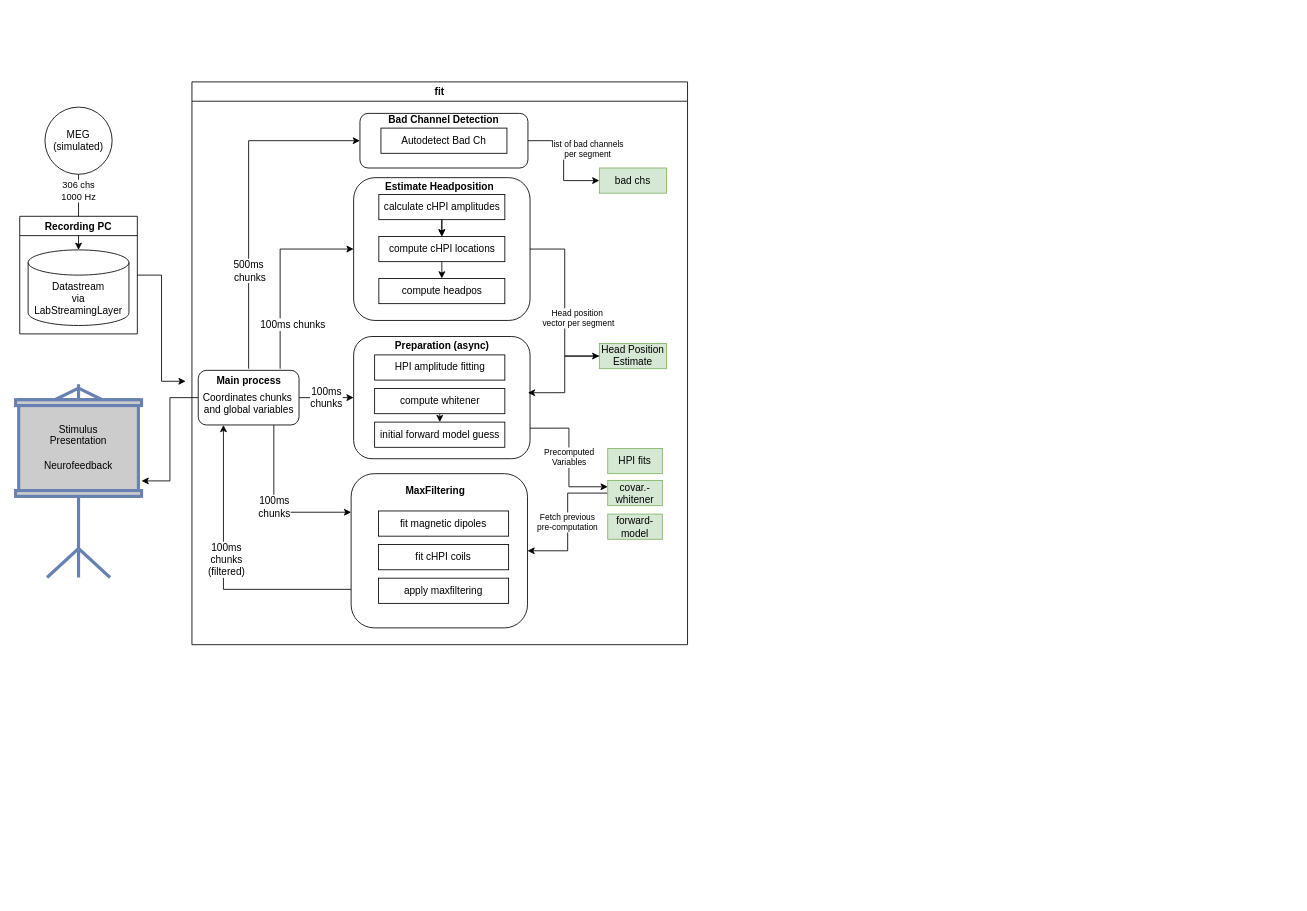
CIMH-Clinical-Psychology/MEG_NFB keeps this draw.io diagram as MNE_NFB_UML.drawio. Above is the earlier version. Source tidied: cells renumbered, new cells numbered last; positions are measured from the earlier drawing's top-left corner, leaving out a move shared by most shapes. Both pictures are drawn from the tidied source at 84%, with x=0, y=0 at pixel (15, 81).
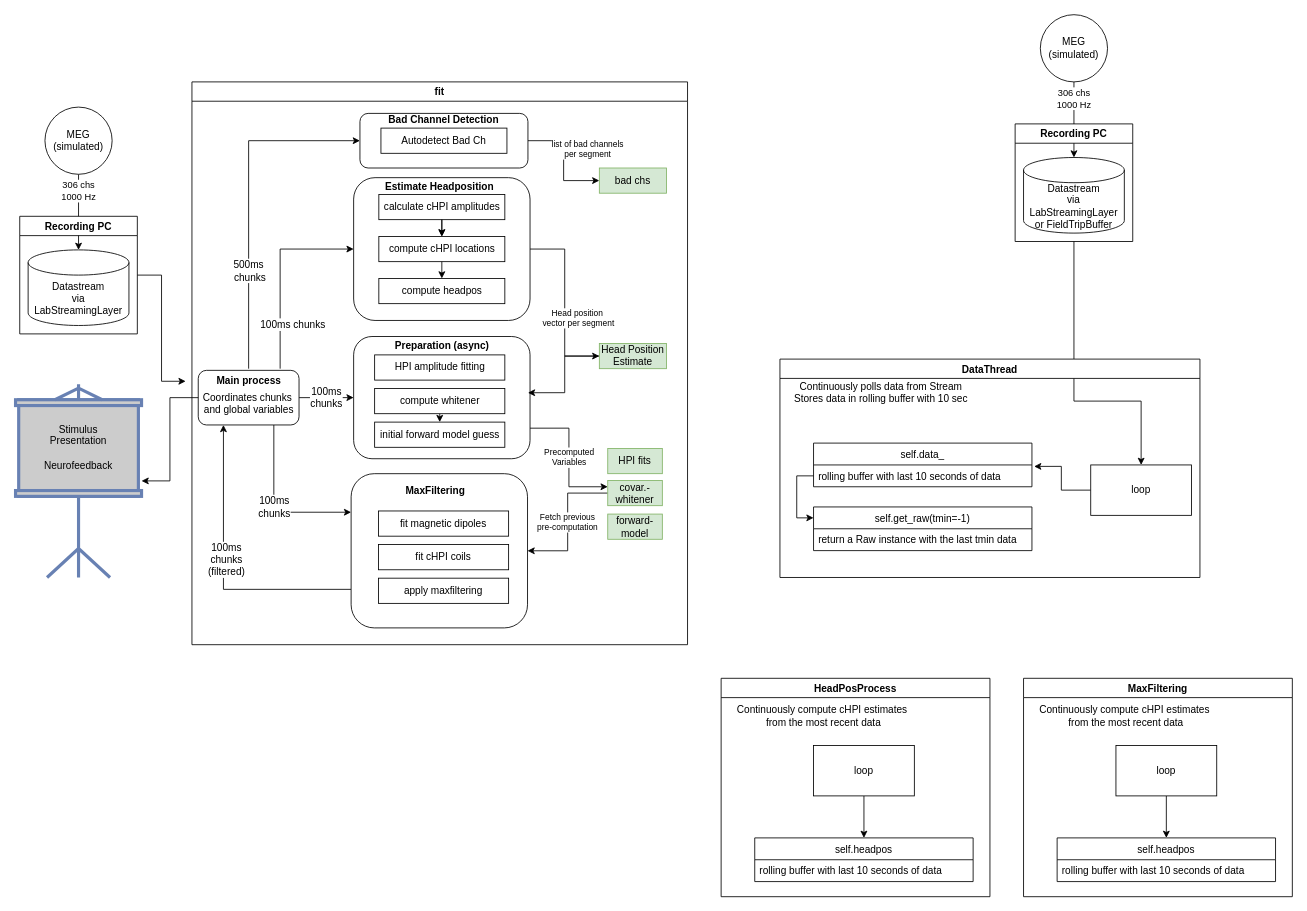
The same diagram, later.

The edit, as a diff of the source:
```diff
@@
+    <mxCell id="55" style="endArrow=classic;html=1;rounded=0;entryX=0.5;entryY=0;entryDx=0;entryDy=0;entryPerimeter=0;exitX=0.5;exitY=1;exitDx=0;exitDy=0;" parent="1" edge="1" source="60" target="59">
+      <mxGeometry relative="1" as="geometry" />
+    </mxCell>
+    <mxCell id="56" value="306 chs&lt;br&gt;1000 Hz" style="edgeLabel;html=1;align=center;verticalAlign=middle;" parent="55" vertex="1">
+      <mxGeometry x="-0.22" y="-1" relative="1" as="geometry">
+        <mxPoint y="-16" as="offset" />
+      </mxGeometry>
+    </mxCell>
+    <mxCell id="57" style="edgeStyle=orthogonalEdgeStyle;rounded=0;jettySize=auto;html=1;exitX=0.5;exitY=1;exitDx=0;exitDy=0;" parent="1" edge="1" source="58" target="68">
+      <mxGeometry relative="1" as="geometry">
+        <Array as="points">
+          <mxPoint x="1260" y="380" />
+          <mxPoint x="1340" y="380" />
+        </Array>
+      </mxGeometry>
+    </mxCell>
+    <mxCell id="58" value="Recording PC" style="swimlane;" parent="1" vertex="1">
+      <mxGeometry x="1190" y="50" width="140" height="140" as="geometry" />
+    </mxCell>
+    <mxCell id="59" value="Datastream&lt;br&gt;via &lt;br&gt;LabStreamingLayer or FieldTripBuffer" style="shape=cylinder3;whiteSpace=wrap;html=1;boundedLbl=1;backgroundOutline=1;size=15;" parent="58" vertex="1">
+      <mxGeometry x="10" y="40" width="120" height="90" as="geometry" />
+    </mxCell>
+    <mxCell id="60" value="MEG&lt;br&gt;(simulated)" style="ellipse;whiteSpace=wrap;html=1;" parent="1" vertex="1">
+      <mxGeometry x="1220" y="-80" width="80" height="80" as="geometry" />
+    </mxCell>
+    <mxCell id="61" value="DataThread" style="swimlane;" parent="1" vertex="1">
+      <mxGeometry x="910" y="330" width="500" height="260" as="geometry" />
+    </mxCell>
+    <mxCell id="62" value="Continuously polls data from Stream&lt;br&gt;Stores data in rolling buffer with 10 sec" style="text;html=1;align=center;verticalAlign=middle;strokeColor=none;fillColor=none;" parent="61" vertex="1">
+      <mxGeometry x="10" y="25" width="220" height="30" as="geometry" />
+    </mxCell>
+    <mxCell id="63" value="self.data_" style="swimlane;fontStyle=0;horizontal=1;startSize=26;fillColor=none;" parent="61" vertex="1">
+      <mxGeometry x="40" y="100" width="260" height="52" as="geometry" />
+    </mxCell>
+    <mxCell id="64" value="rolling buffer with last 10 seconds of data" style="text;strokeColor=none;fillColor=none;align=left;verticalAlign=top;spacingLeft=4;spacingRight=4;overflow=hidden;points=[[0,0.5],[1,0.5]];portConstraint=eastwest;" parent="63" vertex="1">
+      <mxGeometry y="26" width="260" height="26" as="geometry" />
+    </mxCell>
+    <mxCell id="65" value="self.get_raw(tmin=-1)" style="swimlane;fontStyle=0;horizontal=1;startSize=26;fillColor=none;" parent="61" vertex="1">
+      <mxGeometry x="40" y="176" width="260" height="52" as="geometry" />
+    </mxCell>
+    <mxCell id="66" value="return a Raw instance with the last tmin data" style="text;strokeColor=none;fillColor=none;align=left;verticalAlign=top;spacingLeft=4;spacingRight=4;overflow=hidden;" parent="65" vertex="1">
+      <mxGeometry y="26" width="260" height="26" as="geometry" />
+    </mxCell>
+    <mxCell id="67" style="edgeStyle=orthogonalEdgeStyle;rounded=0;jettySize=auto;html=1;exitX=0;exitY=0.5;exitDx=0;exitDy=0;entryX=1.01;entryY=0.067;entryDx=0;entryDy=0;entryPerimeter=0;" parent="61" edge="1" source="68" target="64">
+      <mxGeometry relative="1" as="geometry" />
+    </mxCell>
+    <mxCell id="68" value="loop" style="rounded=0;whiteSpace=wrap;html=1;" parent="61" vertex="1">
+      <mxGeometry x="370" y="126" width="120" height="60" as="geometry" />
+    </mxCell>
+    <mxCell id="69" style="edgeStyle=orthogonalEdgeStyle;rounded=0;jettySize=auto;html=1;exitX=0;exitY=0.5;exitDx=0;exitDy=0;entryX=0;entryY=0.25;entryDx=0;entryDy=0;" parent="61" edge="1" source="64" target="65">
+      <mxGeometry relative="1" as="geometry" />
+    </mxCell>
+    <mxCell id="70" value="HeadPosProcess" style="swimlane;" parent="1" vertex="1">
+      <mxGeometry x="840" y="710" width="320" height="260" as="geometry" />
+    </mxCell>
+    <mxCell id="71" value="Continuously compute cHPI estimates&lt;br&gt;&amp;nbsp;from the most recent data" style="text;html=1;align=center;verticalAlign=middle;strokeColor=none;fillColor=none;" parent="70" vertex="1">
+      <mxGeometry x="10" y="30" width="220" height="30" as="geometry" />
+    </mxCell>
+    <mxCell id="72" value="self.headpos" style="swimlane;fontStyle=0;horizontal=1;startSize=26;fillColor=none;" parent="70" vertex="1">
+      <mxGeometry x="40" y="190" width="260" height="52" as="geometry" />
+    </mxCell>
+    <mxCell id="73" value="rolling buffer with last 10 seconds of data" style="text;strokeColor=none;fillColor=none;align=left;verticalAlign=top;spacingLeft=4;spacingRight=4;overflow=hidden;" parent="72" vertex="1">
+      <mxGeometry y="26" width="260" height="26" as="geometry" />
+    </mxCell>
+    <mxCell id="74" style="edgeStyle=orthogonalEdgeStyle;rounded=0;jettySize=auto;html=1;exitX=0.5;exitY=1;exitDx=0;exitDy=0;entryX=0.5;entryY=0;entryDx=0;entryDy=0;" parent="70" edge="1" source="75" target="72">
+      <mxGeometry relative="1" as="geometry" />
+    </mxCell>
+    <mxCell id="75" value="loop" style="rounded=0;whiteSpace=wrap;html=1;" parent="70" vertex="1">
+      <mxGeometry x="110" y="80" width="120" height="60" as="geometry" />
+    </mxCell>
+    <mxCell id="76" value="MaxFiltering" style="swimlane;startSize=23;" parent="1" vertex="1">
+      <mxGeometry x="1200" y="710" width="320" height="260" as="geometry" />
+    </mxCell>
+    <mxCell id="77" value="Continuously compute cHPI estimates&lt;br&gt;&amp;nbsp;from the most recent data" style="text;html=1;align=center;verticalAlign=middle;strokeColor=none;fillColor=none;" parent="76" vertex="1">
+      <mxGeometry x="10" y="30" width="220" height="30" as="geometry" />
+    </mxCell>
+    <mxCell id="78" value="self.headpos" style="swimlane;fontStyle=0;horizontal=1;startSize=26;fillColor=none;" parent="76" vertex="1">
+      <mxGeometry x="40" y="190" width="260" height="52" as="geometry" />
+    </mxCell>
+    <mxCell id="79" value="rolling buffer with last 10 seconds of data" style="text;strokeColor=none;fillColor=none;align=left;verticalAlign=top;spacingLeft=4;spacingRight=4;overflow=hidden;" parent="78" vertex="1">
+      <mxGeometry y="26" width="260" height="26" as="geometry" />
+    </mxCell>
+    <mxCell id="80" style="edgeStyle=orthogonalEdgeStyle;rounded=0;jettySize=auto;html=1;exitX=0.5;exitY=1;exitDx=0;exitDy=0;entryX=0.5;entryY=0;entryDx=0;entryDy=0;" parent="76" edge="1" source="81" target="78">
+      <mxGeometry relative="1" as="geometry" />
+    </mxCell>
+    <mxCell id="81" value="loop" style="rounded=0;whiteSpace=wrap;html=1;" parent="76" vertex="1">
+      <mxGeometry x="110" y="80" width="120" height="60" as="geometry" />
+    </mxCell>
```
